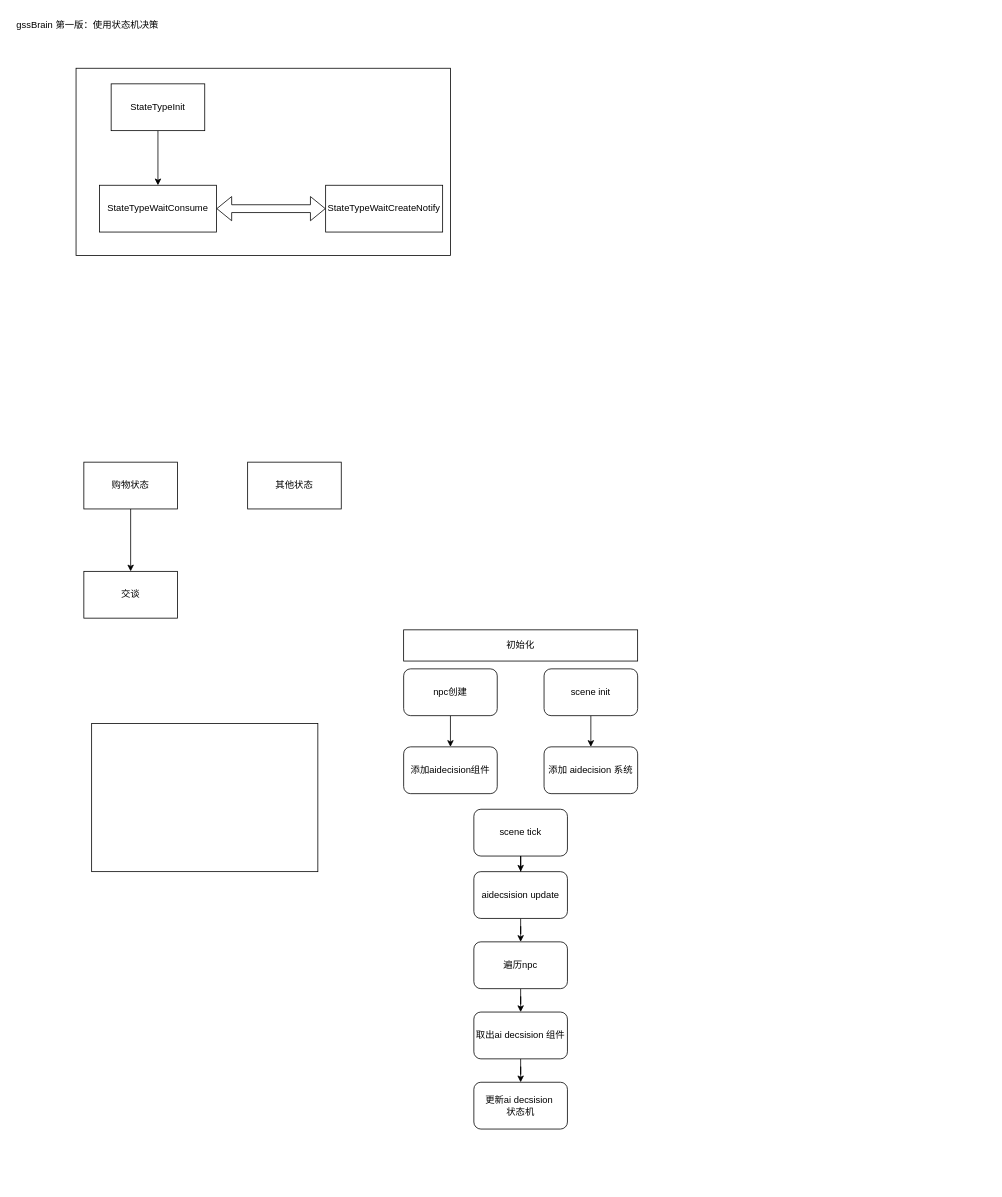
Earlier version of the draw.io diagram page "第 2 页" (2 of 2) of AI.drawio (junpfeng/miao_go). Source tidied: cells renumbered, new cells numbered last; positions are measured from the earlier drawing's top-left corner, leaving out a move shared by most shapes. Both pictures are drawn from the tidied source at 78%, with x=0, y=0 at pixel (13, 13).
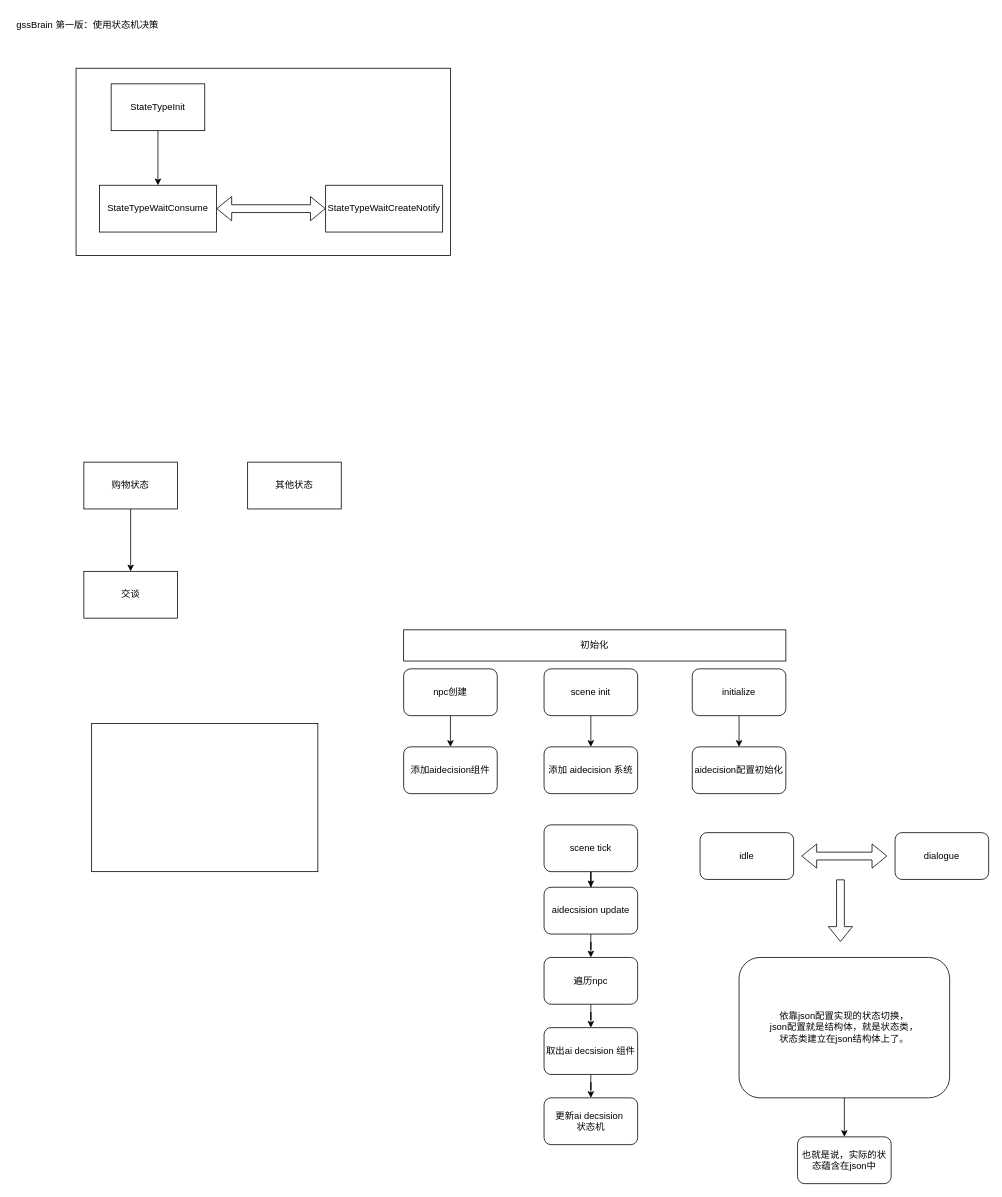
The same page after the edit.

Change to the diagram source:
```diff
@@
     <mxCell id="14" value="初始化" style="rounded=0;whiteSpace=wrap;html=1;" parent="1" vertex="1">
-      <mxGeometry x="500" y="790" width="300" height="40" as="geometry" />
+      <mxGeometry x="500" y="790" width="490" height="40" as="geometry" />
     </mxCell>
@@
     <mxCell id="22" value="scene tick" style="rounded=1;whiteSpace=wrap;html=1;" parent="1" vertex="1">
-      <mxGeometry x="590" y="1020" width="120" height="60" as="geometry" />
+      <mxGeometry x="680" y="1040" width="120" height="60" as="geometry" />
     </mxCell>
@@
     <mxCell id="24" value="aidecsision update" style="rounded=1;whiteSpace=wrap;html=1;" parent="1" vertex="1">
-      <mxGeometry x="590" y="1100" width="120" height="60" as="geometry" />
+      <mxGeometry x="680" y="1120" width="120" height="60" as="geometry" />
     </mxCell>
@@
     <mxCell id="26" value="遍历npc" style="rounded=1;whiteSpace=wrap;html=1;" parent="1" vertex="1">
-      <mxGeometry x="590" y="1190" width="120" height="60" as="geometry" />
+      <mxGeometry x="680" y="1210" width="120" height="60" as="geometry" />
     </mxCell>
@@
     <mxCell id="28" value="取出ai decsision 组件" style="rounded=1;whiteSpace=wrap;html=1;" parent="1" vertex="1">
-      <mxGeometry x="590" y="1280" width="120" height="60" as="geometry" />
+      <mxGeometry x="680" y="1300" width="120" height="60" as="geometry" />
     </mxCell>
     <mxCell id="29" value="更新ai decsision&amp;nbsp;&lt;div&gt;状态机&lt;/div&gt;" style="rounded=1;whiteSpace=wrap;html=1;" parent="1" vertex="1">
-      <mxGeometry x="590" y="1370" width="120" height="60" as="geometry" />
+      <mxGeometry x="680" y="1390" width="120" height="60" as="geometry" />
     </mxCell>
+    <mxCell id="30" style="edgeStyle=orthogonalEdgeStyle;rounded=0;jettySize=auto;html=1;" parent="1" edge="1" source="31" target="32">
+      <mxGeometry relative="1" as="geometry" />
+    </mxCell>
+    <mxCell id="31" value="initialize" style="rounded=1;whiteSpace=wrap;html=1;" parent="1" vertex="1">
+      <mxGeometry x="870" y="840" width="120" height="60" as="geometry" />
+    </mxCell>
+    <mxCell id="32" value="aidecision配置初始化" style="rounded=1;whiteSpace=wrap;html=1;" parent="1" vertex="1">
+      <mxGeometry x="870" y="940" width="120" height="60" as="geometry" />
+    </mxCell>
+    <mxCell id="33" value="idle" style="rounded=1;whiteSpace=wrap;html=1;" parent="1" vertex="1">
+      <mxGeometry x="880" y="1050" width="120" height="60" as="geometry" />
+    </mxCell>
+    <mxCell id="34" value="dialogue" style="rounded=1;whiteSpace=wrap;html=1;" parent="1" vertex="1">
+      <mxGeometry x="1130" y="1050" width="120" height="60" as="geometry" />
+    </mxCell>
+    <mxCell id="35" style="shape=flexArrow;endArrow=classic;startArrow=classic;html=1;rounded=0;" parent="1" edge="1">
+      <mxGeometry relative="1" as="geometry">
+        <mxPoint x="1010" y="1080" as="sourcePoint" />
+        <mxPoint x="1120" y="1080" as="targetPoint" />
+      </mxGeometry>
+    </mxCell>
+    <mxCell id="36" style="edgeStyle=orthogonalEdgeStyle;rounded=0;jettySize=auto;html=1;" parent="1" edge="1" source="37" target="39">
+      <mxGeometry relative="1" as="geometry" />
+    </mxCell>
+    <mxCell id="37" value="依靠json配置实现的状态切换，&lt;br&gt;json配置就是结构体，就是状态类，&lt;div&gt;状态类建立在json结构体上了。&lt;/div&gt;" style="rounded=1;whiteSpace=wrap;html=1;" parent="1" vertex="1">
+      <mxGeometry x="930" y="1210" width="270" height="180" as="geometry" />
+    </mxCell>
+    <mxCell id="38" style="shape=flexArrow;endArrow=classic;html=1;rounded=0;" parent="1" edge="1">
+      <mxGeometry relative="1" as="geometry">
+        <mxPoint x="1060" y="1110" as="sourcePoint" />
+        <mxPoint x="1060" y="1190" as="targetPoint" />
+      </mxGeometry>
+    </mxCell>
+    <mxCell id="39" value="也就是说，实际的状态蕴含在json中" style="whiteSpace=wrap;html=1;rounded=1;" parent="1" vertex="1">
+      <mxGeometry x="1005" y="1440" width="120" height="60" as="geometry" />
+    </mxCell>
```
